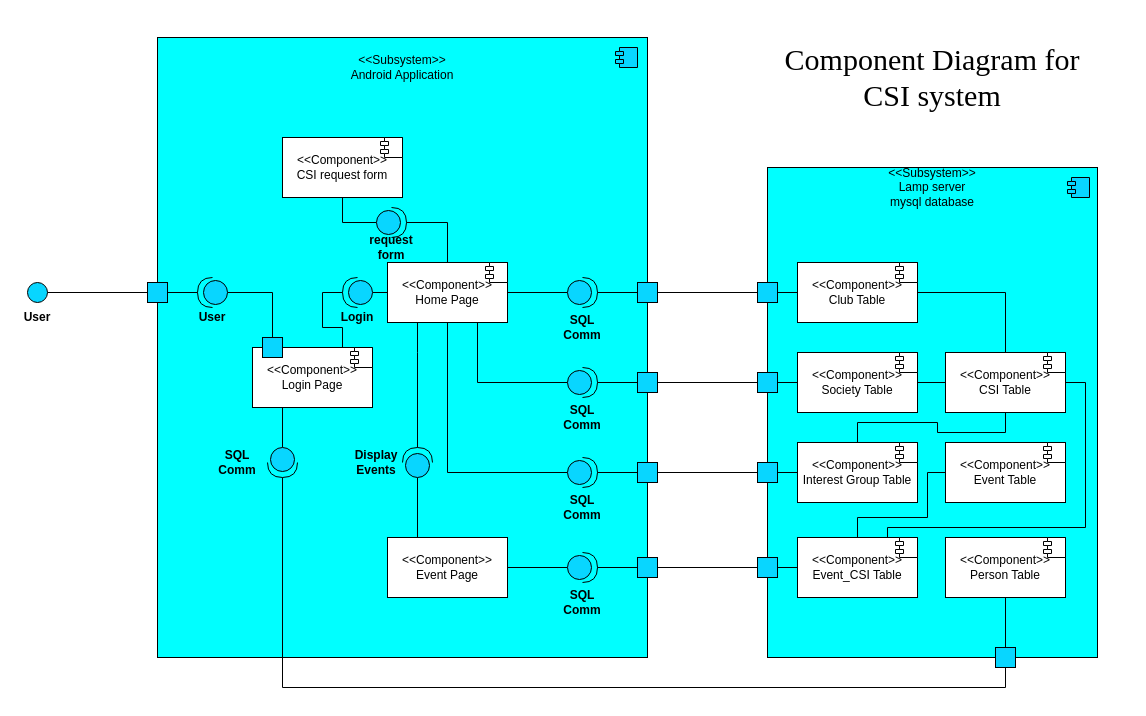
This is Diagrams/Component_Diagram.drawio from Makizoro/Overclock, a draw.io file, before an edit. Source tidied: cells renumbered, new cells numbered last; positions are measured from the earlier drawing's top-left corner, leaving out a move shared by most shapes. Both pictures are drawn from the tidied source at 100%, with x=0, y=0 at pixel (17, 37).
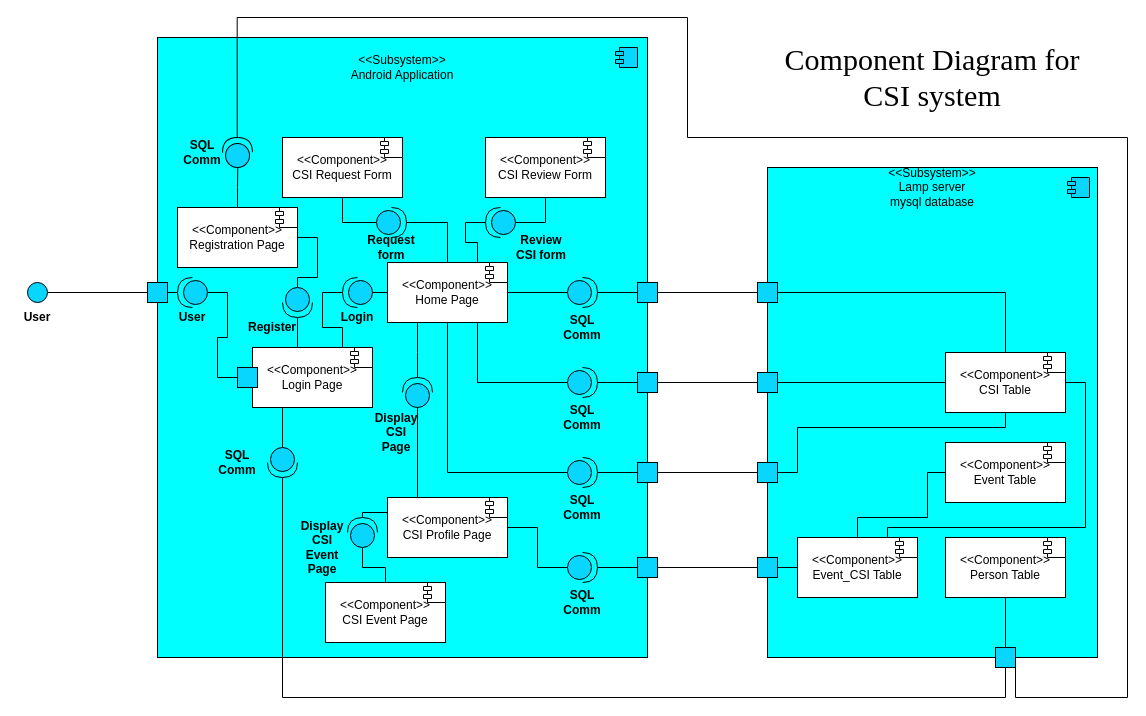
The same page after the edit.

The change refers to these unchanged cells:
```xml
<mxCell id="5" value="&amp;lt;&amp;lt;Component&amp;gt;&amp;gt;&lt;br&gt;Login Page" style="rounded=0;whiteSpace=wrap;html=1;fillColor=#FFFFFF;" parent="1" vertex="1">
  <mxGeometry x="235" y="310" width="120" height="60" as="geometry" />
</mxCell>
<mxCell id="21" value="&amp;lt;&amp;lt;Component&amp;gt;&amp;gt;&lt;br&gt;Home Page" style="rounded=0;whiteSpace=wrap;html=1;fillColor=#FFFFFF;" parent="1" vertex="1">
  <mxGeometry x="370" y="225" width="120" height="60" as="geometry" />
</mxCell>
<mxCell id="51" style="whiteSpace=wrap;html=1;fillColor=#08D6FF;" parent="1" vertex="1">
  <mxGeometry x="740" y="425" width="20" height="20" as="geometry" />
</mxCell>
<mxCell id="53" style="whiteSpace=wrap;html=1;fillColor=#08D6FF;" parent="1" vertex="1">
  <mxGeometry x="740" y="335" width="20" height="20" as="geometry" />
</mxCell>
<mxCell id="55" style="whiteSpace=wrap;html=1;fillColor=#08D6FF;" parent="1" vertex="1">
  <mxGeometry x="740" y="245" width="20" height="20" as="geometry" />
</mxCell>
<mxCell id="78" style="shape=providedRequiredInterface;html=1;verticalLabelPosition=bottom;fillColor=#08D6FF;rotation=90;" parent="1" vertex="1">
  <mxGeometry x="250" y="410" width="30" height="30" as="geometry" />
</mxCell>
<mxCell id="81" style="whiteSpace=wrap;html=1;fillColor=#08D6FF;" parent="1" vertex="1">
  <mxGeometry x="978" y="610" width="20" height="20" as="geometry" />
</mxCell>
<mxCell id="85" value="&amp;lt;&amp;lt;Component&amp;gt;&amp;gt;&lt;br&gt;CSI Table" style="rounded=0;whiteSpace=wrap;html=1;fillColor=#FFFFFF;" parent="1" vertex="1">
  <mxGeometry x="928" y="315" width="120" height="60" as="geometry" />
</mxCell>
```

Diff of the diagram source:
```diff
@@
+    <mxCell id="94" style="edgeStyle=orthogonalEdgeStyle;rounded=0;jettySize=auto;html=1;exitX=0.5;exitY=0;exitDx=0;exitDy=0;entryX=1;entryY=0.5;entryDx=0;entryDy=0;entryPerimeter=0;endArrow=none;endFill=0;" parent="1" edge="1" source="5" target="112">
+      <mxGeometry relative="1" as="geometry" />
+    </mxCell>
@@
-    <mxCell id="9" style="edgeStyle=orthogonalEdgeStyle;rounded=0;jettySize=auto;html=1;exitX=0;exitY=0.5;exitDx=0;exitDy=0;exitPerimeter=0;entryX=0.5;entryY=0;entryDx=0;entryDy=0;endArrow=none;endFill=0;strokeWidth=1;" parent="1" edge="1" source="10" target="22">
+    <mxCell id="9" style="edgeStyle=orthogonalEdgeStyle;rounded=0;jettySize=auto;html=1;exitX=0;exitY=0.5;exitDx=0;exitDy=0;exitPerimeter=0;endArrow=none;endFill=0;strokeWidth=1;entryX=0;entryY=0.5;entryDx=0;entryDy=0;" parent="1" edge="1" source="10" target="22">
       <mxGeometry relative="1" as="geometry" />
     </mxCell>
     <mxCell id="10" style="shape=providedRequiredInterface;html=1;verticalLabelPosition=bottom;fillColor=#08D6FF;rotation=-180;" parent="1" vertex="1">
-      <mxGeometry x="180" y="240" width="30" height="30" as="geometry" />
+      <mxGeometry x="160" y="240" width="30" height="30" as="geometry" />
     </mxCell>
@@
     <mxCell id="16" value="User" style="text;html=1;strokeColor=none;fillColor=none;align=center;verticalAlign=middle;whiteSpace=wrap;rounded=0;fontStyle=1;" parent="1" vertex="1">
-      <mxGeometry x="175" y="270" width="40" height="20" as="geometry" />
+      <mxGeometry x="155" y="270" width="40" height="20" as="geometry" />
     </mxCell>
@@
+    <mxCell id="95" style="edgeStyle=orthogonalEdgeStyle;rounded=0;jettySize=auto;html=1;exitX=0.75;exitY=0;exitDx=0;exitDy=0;entryX=1;entryY=0.5;entryDx=0;entryDy=0;entryPerimeter=0;endArrow=none;endFill=0;" parent="1" edge="1" source="21" target="98">
+      <mxGeometry relative="1" as="geometry" />
+    </mxCell>
@@
     <mxCell id="22" style="whiteSpace=wrap;html=1;fillColor=#08D6FF;" parent="1" vertex="1">
-      <mxGeometry x="245" y="300" width="20" height="20" as="geometry" />
+      <mxGeometry x="220" y="330" width="20" height="20" as="geometry" />
     </mxCell>
-    <mxCell id="23" style="edgeStyle=orthogonalEdgeStyle;rounded=0;jettySize=auto;html=1;exitX=1;exitY=0.5;exitDx=0;exitDy=0;entryX=0.5;entryY=0;entryDx=0;entryDy=0;endArrow=none;endFill=0;strokeWidth=1;" parent="1" edge="1" source="24" target="85">
+    <mxCell id="23" style="edgeStyle=orthogonalEdgeStyle;rounded=0;jettySize=auto;html=1;exitX=1;exitY=0.5;exitDx=0;exitDy=0;entryX=0.5;entryY=0;entryDx=0;entryDy=0;endArrow=none;endFill=0;strokeWidth=1;" parent="1" edge="1" source="55" target="85">
       <mxGeometry relative="1" as="geometry" />
     </mxCell>
-    <mxCell id="24" value="&amp;lt;&amp;lt;Component&amp;gt;&amp;gt;&lt;br&gt;Club Table" style="rounded=0;whiteSpace=wrap;html=1;fillColor=#FFFFFF;" parent="1" vertex="1">
-      <mxGeometry x="780" y="225" width="120" height="60" as="geometry" />
-    </mxCell>
-    <mxCell id="25" style="edgeStyle=orthogonalEdgeStyle;rounded=0;jettySize=auto;html=1;exitX=1;exitY=0.5;exitDx=0;exitDy=0;entryX=0;entryY=0.5;entryDx=0;entryDy=0;endArrow=none;endFill=0;strokeWidth=1;" parent="1" edge="1" source="26" target="85">
+    <mxCell id="25" style="edgeStyle=orthogonalEdgeStyle;rounded=0;jettySize=auto;html=1;exitX=1;exitY=0.5;exitDx=0;exitDy=0;entryX=0;entryY=0.5;entryDx=0;entryDy=0;endArrow=none;endFill=0;strokeWidth=1;" parent="1" edge="1" source="53" target="85">
       <mxGeometry relative="1" as="geometry" />
     </mxCell>
-    <mxCell id="26" value="&amp;lt;&amp;lt;Component&amp;gt;&amp;gt;&lt;br&gt;Society Table" style="rounded=0;whiteSpace=wrap;html=1;fillColor=#FFFFFF;" parent="1" vertex="1">
-      <mxGeometry x="780" y="315" width="120" height="60" as="geometry" />
-    </mxCell>
-    <mxCell id="27" style="edgeStyle=orthogonalEdgeStyle;rounded=0;jettySize=auto;html=1;exitX=0.5;exitY=0;exitDx=0;exitDy=0;entryX=0.5;entryY=1;entryDx=0;entryDy=0;endArrow=none;endFill=0;strokeWidth=1;" parent="1" edge="1" source="28" target="85">
-      <mxGeometry relative="1" as="geometry" />
-    </mxCell>
-    <mxCell id="28" value="&amp;lt;&amp;lt;Component&amp;gt;&amp;gt;&lt;br&gt;Interest Group Table" style="rounded=0;whiteSpace=wrap;html=1;fillColor=#FFFFFF;" parent="1" vertex="1">
-      <mxGeometry x="780" y="405" width="120" height="60" as="geometry" />
-    </mxCell>
@@
-    <mxCell id="45" style="shape=module;align=left;spacingLeft=20;align=center;verticalAlign=top;jettyWidth=8;jettyHeight=4;fillColor=#FFFFFF;" parent="1" vertex="1">
-      <mxGeometry x="878" y="225" width="22" height="20" as="geometry" />
-    </mxCell>
-    <mxCell id="46" style="shape=module;align=left;spacingLeft=20;align=center;verticalAlign=top;jettyWidth=8;jettyHeight=4;fillColor=#FFFFFF;" parent="1" vertex="1">
-      <mxGeometry x="878" y="315" width="22" height="20" as="geometry" />
-    </mxCell>
-    <mxCell id="47" style="shape=module;align=left;spacingLeft=20;align=center;verticalAlign=top;jettyWidth=8;jettyHeight=4;fillColor=#FFFFFF;" parent="1" vertex="1">
-      <mxGeometry x="878" y="405" width="22" height="20" as="geometry" />
-    </mxCell>
@@
-    <mxCell id="50" style="edgeStyle=orthogonalEdgeStyle;rounded=0;jettySize=auto;html=1;exitX=1;exitY=0.5;exitDx=0;exitDy=0;entryX=0;entryY=0.5;entryDx=0;entryDy=0;endArrow=none;endFill=0;strokeWidth=1;" parent="1" edge="1" source="51" target="28">
-      <mxGeometry relative="1" as="geometry" />
+    <mxCell id="50" style="edgeStyle=orthogonalEdgeStyle;rounded=0;jettySize=auto;html=1;exitX=1;exitY=0.5;exitDx=0;exitDy=0;entryX=0.5;entryY=1;entryDx=0;entryDy=0;endArrow=none;endFill=0;strokeWidth=1;" parent="1" edge="1" source="51" target="85">
+      <mxGeometry relative="1" as="geometry">
+        <Array as="points">
+          <mxPoint x="780" y="435" />
+          <mxPoint x="780" y="390" />
+          <mxPoint x="988" y="390" />
+        </Array>
+      </mxGeometry>
     </mxCell>
@@
-    <mxCell id="52" style="edgeStyle=orthogonalEdgeStyle;rounded=0;jettySize=auto;html=1;exitX=1;exitY=0.5;exitDx=0;exitDy=0;entryX=0;entryY=0.5;entryDx=0;entryDy=0;endArrow=none;endFill=0;strokeWidth=1;" parent="1" edge="1" source="53" target="26">
-      <mxGeometry relative="1" as="geometry" />
-    </mxCell>
@@
-    <mxCell id="54" style="edgeStyle=orthogonalEdgeStyle;rounded=0;jettySize=auto;html=1;exitX=1;exitY=0.5;exitDx=0;exitDy=0;entryX=0;entryY=0.5;entryDx=0;entryDy=0;endArrow=none;endFill=0;strokeWidth=1;" parent="1" edge="1" source="55" target="24">
-      <mxGeometry relative="1" as="geometry" />
-    </mxCell>
@@
+    <mxCell id="96" style="edgeStyle=orthogonalEdgeStyle;rounded=0;jettySize=auto;html=1;exitX=0;exitY=0.25;exitDx=0;exitDy=0;entryX=1;entryY=0.5;entryDx=0;entryDy=0;entryPerimeter=0;endArrow=none;endFill=0;" parent="1" edge="1" source="57" target="106">
+      <mxGeometry relative="1" as="geometry" />
+    </mxCell>
-    <mxCell id="57" value="&amp;lt;&amp;lt;Component&amp;gt;&amp;gt;&lt;br&gt;Event Page" style="rounded=0;whiteSpace=wrap;html=1;fillColor=#FFFFFF;" parent="1" vertex="1">
-      <mxGeometry x="370" y="500" width="120" height="60" as="geometry" />
+    <mxCell id="57" value="&amp;lt;&amp;lt;Component&amp;gt;&amp;gt;&lt;br&gt;CSI Profile Page" style="rounded=0;whiteSpace=wrap;html=1;fillColor=#FFFFFF;" parent="1" vertex="1">
+      <mxGeometry x="370" y="460" width="120" height="60" as="geometry" />
     </mxCell>
@@
     <mxCell id="59" style="shape=providedRequiredInterface;html=1;verticalLabelPosition=bottom;fillColor=#08D6FF;rotation=-90;" parent="1" vertex="1">
-      <mxGeometry x="385" y="410" width="30" height="30" as="geometry" />
+      <mxGeometry x="385" y="340" width="30" height="30" as="geometry" />
     </mxCell>
-    <mxCell id="60" value="Display Events" style="text;html=1;strokeColor=none;fillColor=none;align=center;verticalAlign=middle;whiteSpace=wrap;rounded=0;fontStyle=1;" parent="1" vertex="1">
-      <mxGeometry x="339" y="415" width="40" height="20" as="geometry" />
+    <mxCell id="60" value="Display CSI Page" style="text;html=1;strokeColor=none;fillColor=none;align=center;verticalAlign=middle;whiteSpace=wrap;rounded=0;fontStyle=1;" parent="1" vertex="1">
+      <mxGeometry x="359" y="385" width="40" height="20" as="geometry" />
     </mxCell>
@@
     <mxCell id="77" style="edgeStyle=orthogonalEdgeStyle;rounded=0;jettySize=auto;html=1;exitX=1;exitY=0.5;exitDx=0;exitDy=0;exitPerimeter=0;entryX=0.5;entryY=1;entryDx=0;entryDy=0;endArrow=none;endFill=0;strokeWidth=1;" parent="1" edge="1" source="78" target="81">
-      <mxGeometry relative="1" as="geometry" />
+      <mxGeometry relative="1" as="geometry">
+        <Array as="points">
+          <mxPoint x="265" y="660" />
+          <mxPoint x="988" y="660" />
+        </Array>
+      </mxGeometry>
     </mxCell>
@@
-    <mxCell id="87" value="&amp;lt;&amp;lt;Component&amp;gt;&amp;gt;&lt;br&gt;CSI request form" style="rounded=0;whiteSpace=wrap;html=1;fillColor=#FFFFFF;" parent="1" vertex="1">
+    <mxCell id="87" value="&amp;lt;&amp;lt;Component&amp;gt;&amp;gt;&lt;br&gt;CSI Request Form" style="rounded=0;whiteSpace=wrap;html=1;fillColor=#FFFFFF;" parent="1" vertex="1">
       <mxGeometry x="265" y="100" width="120" height="60" as="geometry" />
     </mxCell>
@@
-    <mxCell id="92" value="request form" style="text;html=1;strokeColor=none;fillColor=none;align=center;verticalAlign=middle;whiteSpace=wrap;rounded=0;fontStyle=1;" parent="1" vertex="1">
+    <mxCell id="92" value="Request form" style="text;html=1;strokeColor=none;fillColor=none;align=center;verticalAlign=middle;whiteSpace=wrap;rounded=0;fontStyle=1;" parent="1" vertex="1">
       <mxGeometry x="354" y="200" width="40" height="20" as="geometry" />
     </mxCell>
@@
+    <mxCell id="97" style="edgeStyle=orthogonalEdgeStyle;rounded=0;jettySize=auto;html=1;exitX=0;exitY=0.5;exitDx=0;exitDy=0;exitPerimeter=0;entryX=0.5;entryY=1;entryDx=0;entryDy=0;endArrow=none;endFill=0;" parent="1" edge="1" source="98" target="100">
+      <mxGeometry relative="1" as="geometry" />
+    </mxCell>
+    <mxCell id="98" style="shape=providedRequiredInterface;html=1;verticalLabelPosition=bottom;fillColor=#08D6FF;rotation=-180;" parent="1" vertex="1">
+      <mxGeometry x="468" y="170" width="30" height="30" as="geometry" />
+    </mxCell>
+    <mxCell id="99" value="Review CSI form" style="text;html=1;strokeColor=none;fillColor=none;align=center;verticalAlign=middle;whiteSpace=wrap;rounded=0;fontStyle=1;" parent="1" vertex="1">
+      <mxGeometry x="498" y="200" width="52" height="20" as="geometry" />
+    </mxCell>
+    <mxCell id="100" value="&amp;lt;&amp;lt;Component&amp;gt;&amp;gt;&lt;br&gt;CSI Review Form" style="rounded=0;whiteSpace=wrap;html=1;fillColor=#FFFFFF;" parent="1" vertex="1">
+      <mxGeometry x="468" y="100" width="120" height="60" as="geometry" />
+    </mxCell>
+    <mxCell id="101" style="shape=module;align=left;spacingLeft=20;align=center;verticalAlign=top;jettyWidth=8;jettyHeight=4;fillColor=#FFFFFF;" parent="1" vertex="1">
+      <mxGeometry x="566" y="100" width="22" height="20" as="geometry" />
+    </mxCell>
+    <mxCell id="102" style="shape=module;align=left;spacingLeft=20;align=center;verticalAlign=top;jettyWidth=8;jettyHeight=4;fillColor=#FFFFFF;" parent="1" vertex="1">
+      <mxGeometry x="468" y="460" width="22" height="20" as="geometry" />
+    </mxCell>
+    <mxCell id="103" value="&amp;lt;&amp;lt;Component&amp;gt;&amp;gt;&lt;br&gt;CSI Event Page" style="rounded=0;whiteSpace=wrap;html=1;fillColor=#FFFFFF;" parent="1" vertex="1">
+      <mxGeometry x="308" y="545" width="120" height="60" as="geometry" />
+    </mxCell>
+    <mxCell id="104" style="shape=module;align=left;spacingLeft=20;align=center;verticalAlign=top;jettyWidth=8;jettyHeight=4;fillColor=#FFFFFF;" parent="1" vertex="1">
+      <mxGeometry x="406" y="545" width="22" height="20" as="geometry" />
+    </mxCell>
+    <mxCell id="105" style="edgeStyle=orthogonalEdgeStyle;rounded=0;jettySize=auto;html=1;exitX=0;exitY=0.5;exitDx=0;exitDy=0;exitPerimeter=0;entryX=0.5;entryY=0;entryDx=0;entryDy=0;endArrow=none;endFill=0;" parent="1" edge="1" source="106" target="103">
+      <mxGeometry relative="1" as="geometry">
+        <Array as="points">
+          <mxPoint x="345" y="530" />
+          <mxPoint x="368" y="530" />
+        </Array>
+      </mxGeometry>
+    </mxCell>
+    <mxCell id="106" style="shape=providedRequiredInterface;html=1;verticalLabelPosition=bottom;fillColor=#08D6FF;rotation=-90;" parent="1" vertex="1">
+      <mxGeometry x="330" y="480" width="30" height="30" as="geometry" />
+    </mxCell>
+    <mxCell id="107" value="Display CSI Event Page" style="text;html=1;strokeColor=none;fillColor=none;align=center;verticalAlign=middle;whiteSpace=wrap;rounded=0;fontStyle=1;" parent="1" vertex="1">
+      <mxGeometry x="285" y="500" width="40" height="20" as="geometry" />
+    </mxCell>
+    <mxCell id="108" style="edgeStyle=orthogonalEdgeStyle;rounded=0;jettySize=auto;html=1;exitX=1;exitY=0.5;exitDx=0;exitDy=0;entryX=0;entryY=0.5;entryDx=0;entryDy=0;entryPerimeter=0;endArrow=none;endFill=0;" parent="1" edge="1" source="110" target="112">
+      <mxGeometry relative="1" as="geometry">
+        <Array as="points">
+          <mxPoint x="300" y="200" />
+          <mxPoint x="300" y="240" />
+          <mxPoint x="280" y="240" />
+        </Array>
+      </mxGeometry>
+    </mxCell>
+    <mxCell id="109" style="edgeStyle=orthogonalEdgeStyle;rounded=0;jettySize=auto;html=1;exitX=0.5;exitY=0;exitDx=0;exitDy=0;entryX=0;entryY=0.5;entryDx=0;entryDy=0;entryPerimeter=0;endArrow=none;endFill=0;" parent="1" edge="1" source="110" target="115">
+      <mxGeometry relative="1" as="geometry" />
+    </mxCell>
+    <mxCell id="110" value="&amp;lt;&amp;lt;Component&amp;gt;&amp;gt;&lt;br&gt;Registration Page" style="rounded=0;whiteSpace=wrap;html=1;fillColor=#FFFFFF;" parent="1" vertex="1">
+      <mxGeometry x="160" y="170" width="120" height="60" as="geometry" />
+    </mxCell>
+    <mxCell id="111" style="shape=module;align=left;spacingLeft=20;align=center;verticalAlign=top;jettyWidth=8;jettyHeight=4;fillColor=#FFFFFF;" parent="1" vertex="1">
+      <mxGeometry x="258" y="170" width="22" height="20" as="geometry" />
+    </mxCell>
+    <mxCell id="112" style="shape=providedRequiredInterface;html=1;verticalLabelPosition=bottom;fillColor=#08D6FF;rotation=90;" parent="1" vertex="1">
+      <mxGeometry x="265" y="250" width="30" height="30" as="geometry" />
+    </mxCell>
+    <mxCell id="113" value="Register" style="text;html=1;strokeColor=none;fillColor=none;align=center;verticalAlign=middle;whiteSpace=wrap;rounded=0;fontStyle=1;" parent="1" vertex="1">
+      <mxGeometry x="235" y="280" width="40" height="20" as="geometry" />
+    </mxCell>
+    <mxCell id="114" style="edgeStyle=orthogonalEdgeStyle;rounded=0;jettySize=auto;html=1;exitX=1;exitY=0.5;exitDx=0;exitDy=0;exitPerimeter=0;entryX=1;entryY=1;entryDx=0;entryDy=0;endArrow=none;endFill=0;" parent="1" edge="1" source="115" target="81">
+      <mxGeometry relative="1" as="geometry">
+        <Array as="points">
+          <mxPoint x="220" y="-20" />
+          <mxPoint x="670" y="-20" />
+          <mxPoint x="670" y="100" />
+          <mxPoint x="1110" y="100" />
+          <mxPoint x="1110" y="660" />
+          <mxPoint x="998" y="660" />
+        </Array>
+      </mxGeometry>
+    </mxCell>
+    <mxCell id="115" style="shape=providedRequiredInterface;html=1;verticalLabelPosition=bottom;fillColor=#08D6FF;rotation=-91;" parent="1" vertex="1">
+      <mxGeometry x="205" y="100" width="30" height="30" as="geometry" />
+    </mxCell>
+    <mxCell id="116" value="SQL Comm" style="text;html=1;strokeColor=none;fillColor=none;align=center;verticalAlign=middle;whiteSpace=wrap;rounded=0;fontStyle=1;" parent="1" vertex="1">
+      <mxGeometry x="165" y="105" width="40" height="20" as="geometry" />
+    </mxCell>
```
